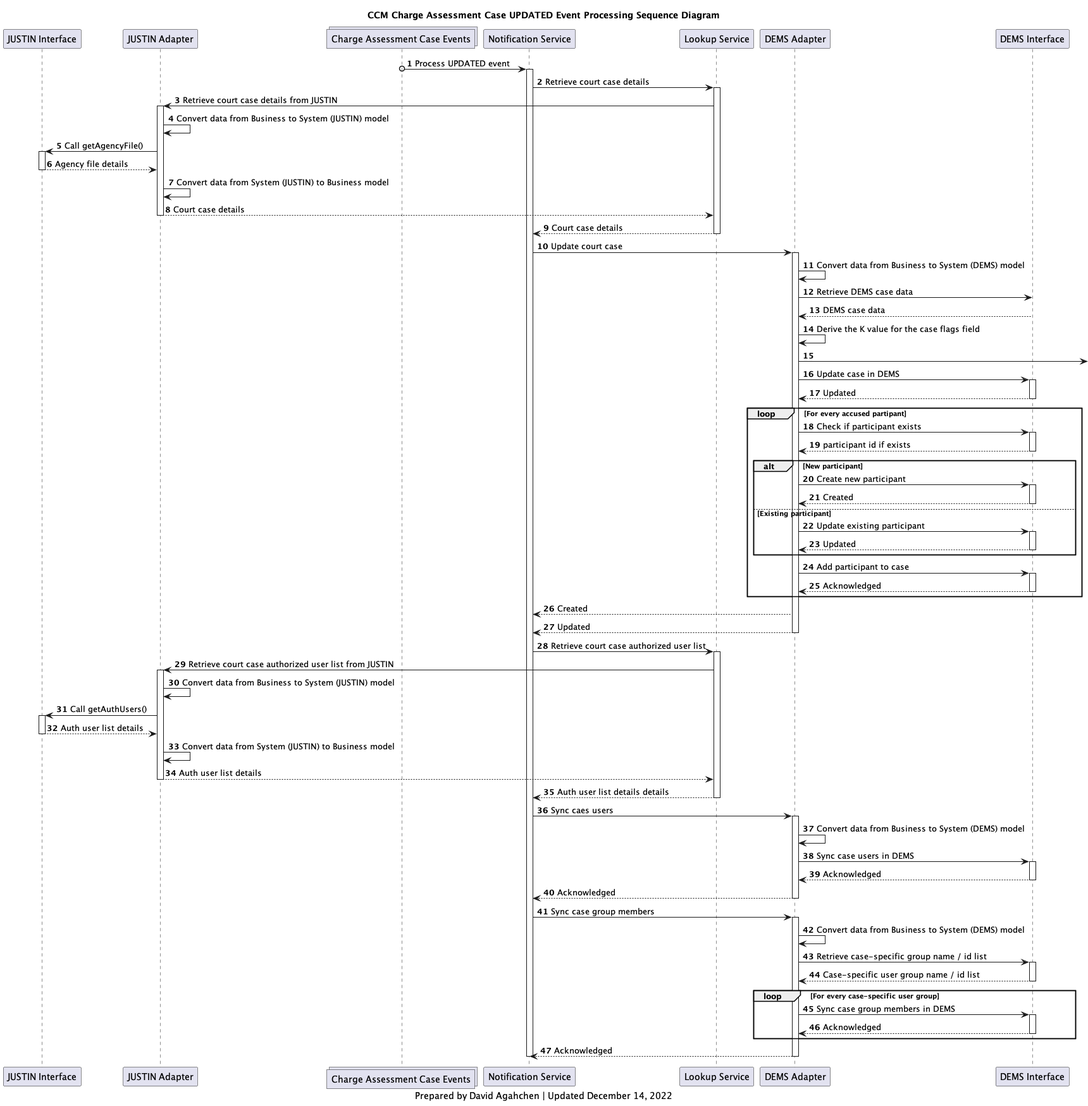
bcgov/jpss-jade-ccm keeps this PlantUML diagram as diagrams/img/ccm_charge_assessment_case_updated_processing_sequence_diagram.png. Above is the earlier version.
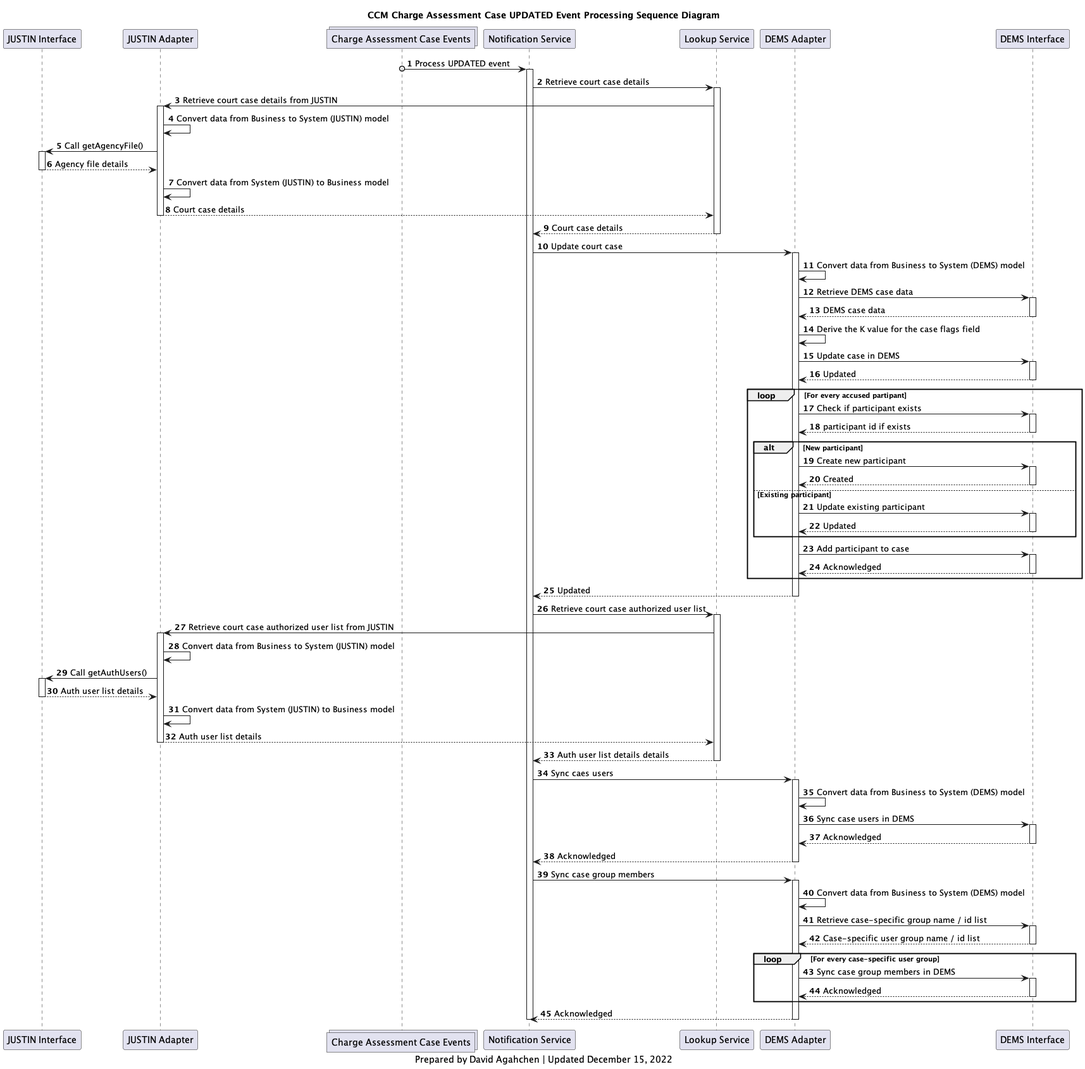
The same diagram one commit later.

Change to the diagram source:
```diff
@@ -35,10 +35,13 @@
 
 activate d_adapter
 d_adapter -> d_adapter: Convert data from Business to System (DEMS) model
+
 d_adapter -> d_interface: Retrieve DEMS case data
+activate d_interface
 d_interface --> d_adapter: DEMS case data
+deactivate d_interface
+
 d_adapter -> d_adapter: Derive the K value for the case flags field
-d_adapter ->
 d_adapter -> d_interface: Update case in DEMS
 activate d_interface
 d_interface --> d_adapter: Updated
@@ -65,8 +68,6 @@
     d_interface --> d_adapter: Acknowledged
     deactivate d_interface
 end
-
-d_adapter --> notification_service: Created
 
 d_adapter --> notification_service: Updated
 deactivate d_adapter
@@ -118,6 +119,6 @@
 deactivate notification_service
 
 caption
-Prepared by David Agahchen | Updated December 14, 2022
+Prepared by David Agahchen | Updated December 15, 2022
 end caption
 @enduml
```
